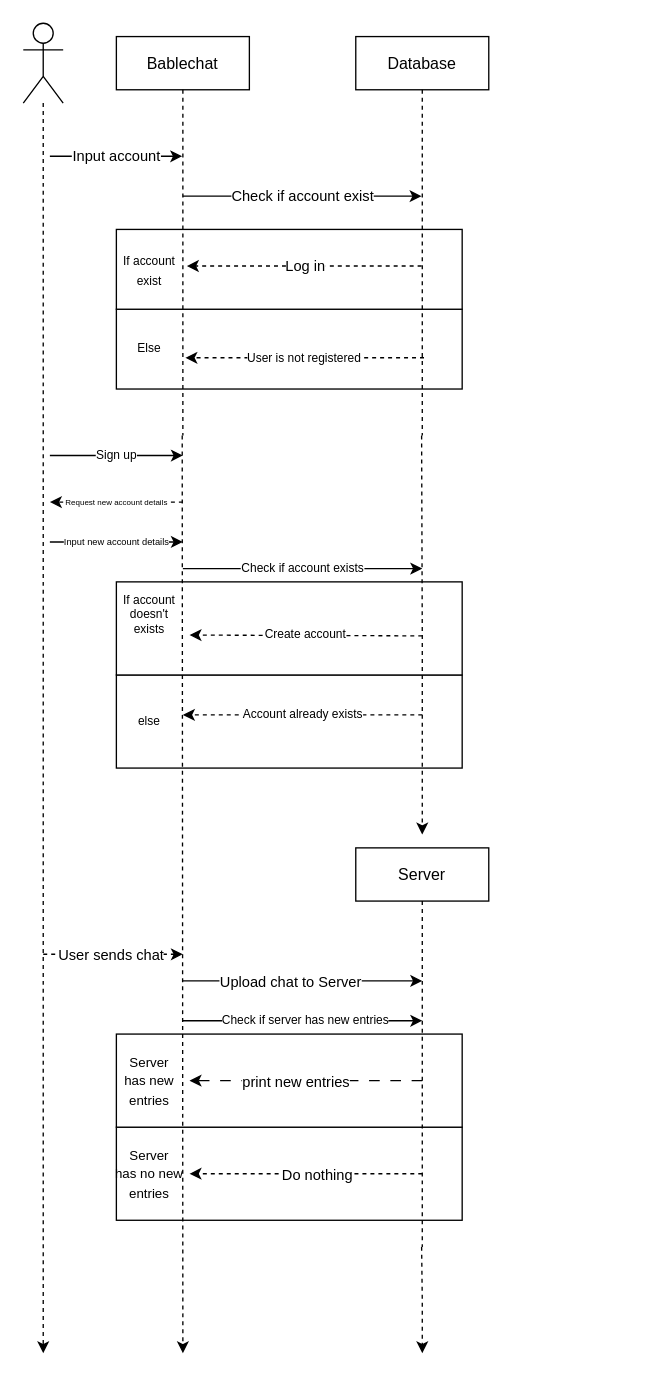
Before: Prog_Eksamen_Sekvens.drawio in Simon9877/prog-Eksamensprojekt, a draw.io diagram. Source tidied: cells renumbered, new cells numbered last; positions are measured from the earlier drawing's top-left corner, leaving out a move shared by most shapes. Both pictures are drawn from the tidied source at 133%, with x=0, y=0 at pixel (23, 23).
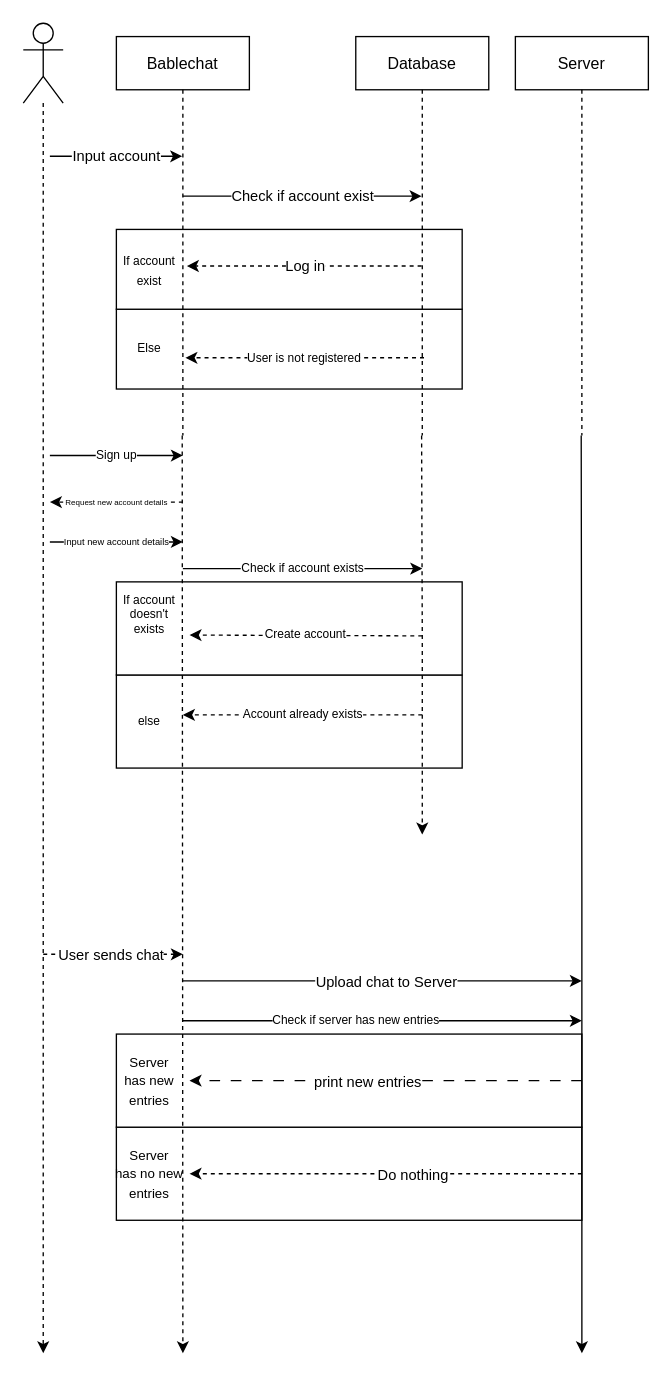
After the change.

Unchanged cells that the change refers to:
```xml
<mxCell id="34" value="&lt;font style=&quot;font-size: 10px;&quot;&gt;Server&lt;br&gt;has new entries&lt;/font&gt;" style="text;html=1;strokeColor=none;fillColor=none;align=center;verticalAlign=middle;whiteSpace=wrap;rounded=0;" parent="1" vertex="1">
  <mxGeometry x="65" y="780" width="60" height="30" as="geometry" />
</mxCell>
<mxCell id="35" value="&lt;font style=&quot;font-size: 10px;&quot;&gt;Server&lt;br&gt;has no new entries&lt;/font&gt;" style="text;html=1;strokeColor=none;fillColor=none;align=center;verticalAlign=middle;whiteSpace=wrap;rounded=0;" parent="1" vertex="1">
  <mxGeometry x="65" y="850" width="60" height="30" as="geometry" />
</mxCell>
```

The edit, as a diff of the source:
```diff
@@
     <mxCell id="2" style="rounded=0;whiteSpace=wrap;html=1;fontSize=9;" parent="1" vertex="1">
-      <mxGeometry x="70" y="830" width="260" height="70" as="geometry" />
+      <mxGeometry x="70" y="830" width="350" height="70" as="geometry" />
     </mxCell>
     <mxCell id="3" style="rounded=0;whiteSpace=wrap;html=1;fontSize=9;" parent="1" vertex="1">
-      <mxGeometry x="70" y="760" width="260" height="70" as="geometry" />
+      <mxGeometry x="70" y="760" width="350" height="70" as="geometry" />
     </mxCell>
@@
     <mxCell id="30" style="endArrow=classic;html=1;rounded=0;" parent="1" edge="1">
       <mxGeometry relative="1" as="geometry">
         <mxPoint x="120" y="720" as="sourcePoint" />
-        <mxPoint x="300" y="720" as="targetPoint" />
+        <mxPoint x="420" y="720" as="targetPoint" />
       </mxGeometry>
     </mxCell>
@@
     <mxCell id="32" style="endArrow=classic;html=1;rounded=0;" parent="1" edge="1">
       <mxGeometry relative="1" as="geometry">
         <mxPoint x="120" y="750" as="sourcePoint" />
-        <mxPoint x="300" y="750" as="targetPoint" />
+        <mxPoint x="420" y="750" as="targetPoint" />
       </mxGeometry>
     </mxCell>
@@
     <mxCell id="36" style="endArrow=classic;html=1;rounded=0;entryX=1;entryY=0.5;entryDx=0;entryDy=0;dashed=1;dashPattern=8 8;" parent="1" edge="1" target="34">
       <mxGeometry relative="1" as="geometry">
-        <mxPoint x="300" y="795" as="sourcePoint" />
+        <mxPoint x="420" y="795" as="sourcePoint" />
       </mxGeometry>
     </mxCell>
@@
     <mxCell id="38" style="endArrow=classic;html=1;rounded=0;entryX=1;entryY=0.5;entryDx=0;entryDy=0;dashed=1;" parent="1" edge="1" target="35">
       <mxGeometry relative="1" as="geometry">
-        <mxPoint x="300" y="865" as="sourcePoint" />
+        <mxPoint x="420" y="865" as="sourcePoint" />
       </mxGeometry>
     </mxCell>
@@
-    <mxCell id="40" style="edgeStyle=orthogonalEdgeStyle;rounded=0;jettySize=auto;html=1;dashed=1;strokeColor=default;fontSize=9;" parent="1" edge="1" source="41">
-      <mxGeometry relative="1" as="geometry">
-        <mxPoint x="300" y="1000" as="targetPoint" />
-      </mxGeometry>
-    </mxCell>
+    <mxCell id="42" style="edgeStyle=orthogonalEdgeStyle;rounded=0;jettySize=auto;html=1;" parent="1" edge="1" source="41">
+      <mxGeometry relative="1" as="geometry">
+        <mxPoint x="420" y="1000" as="targetPoint" />
+      </mxGeometry>
+    </mxCell>
     <mxCell id="41" value="Server" style="shape=umlLifeline;perimeter=lifelinePerimeter;rounded=0;shadow=0;strokeWidth=1;" parent="1" vertex="1">
-      <mxGeometry x="250" y="620" width="100" height="300" as="geometry" />
+      <mxGeometry x="370" y="10" width="100" height="300" as="geometry" />
     </mxCell>
```
